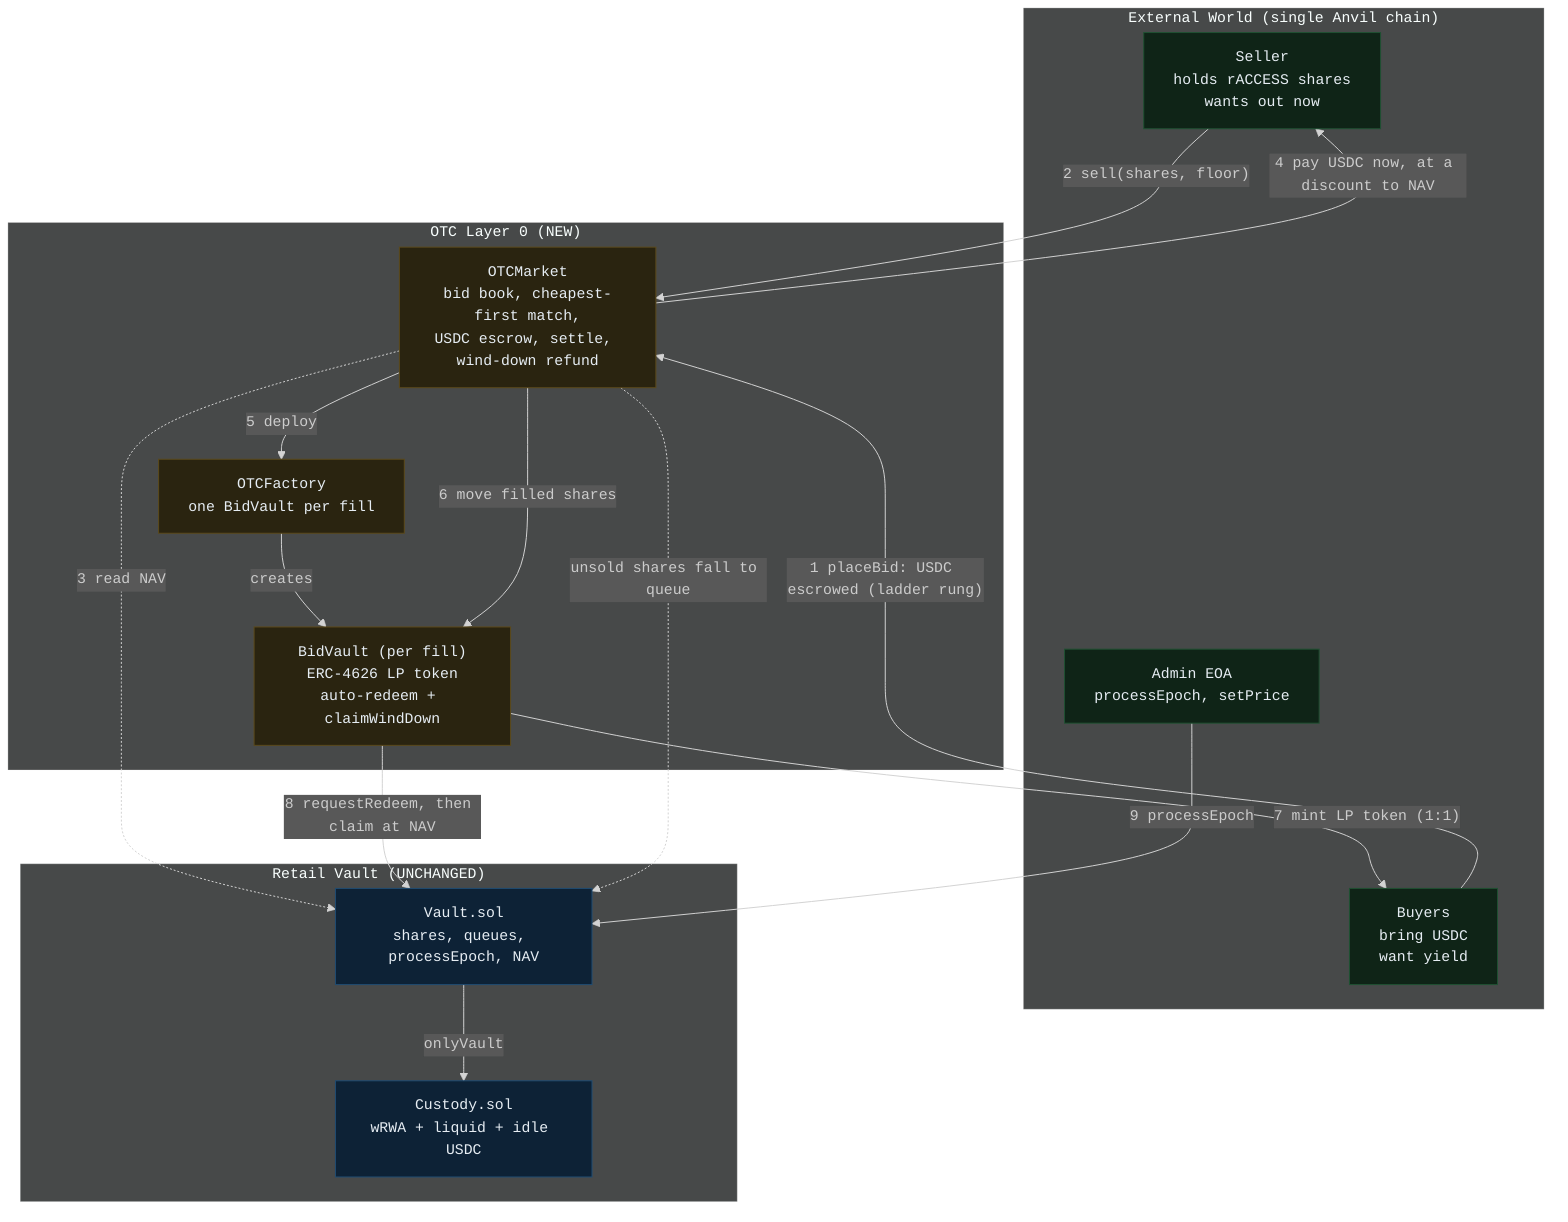
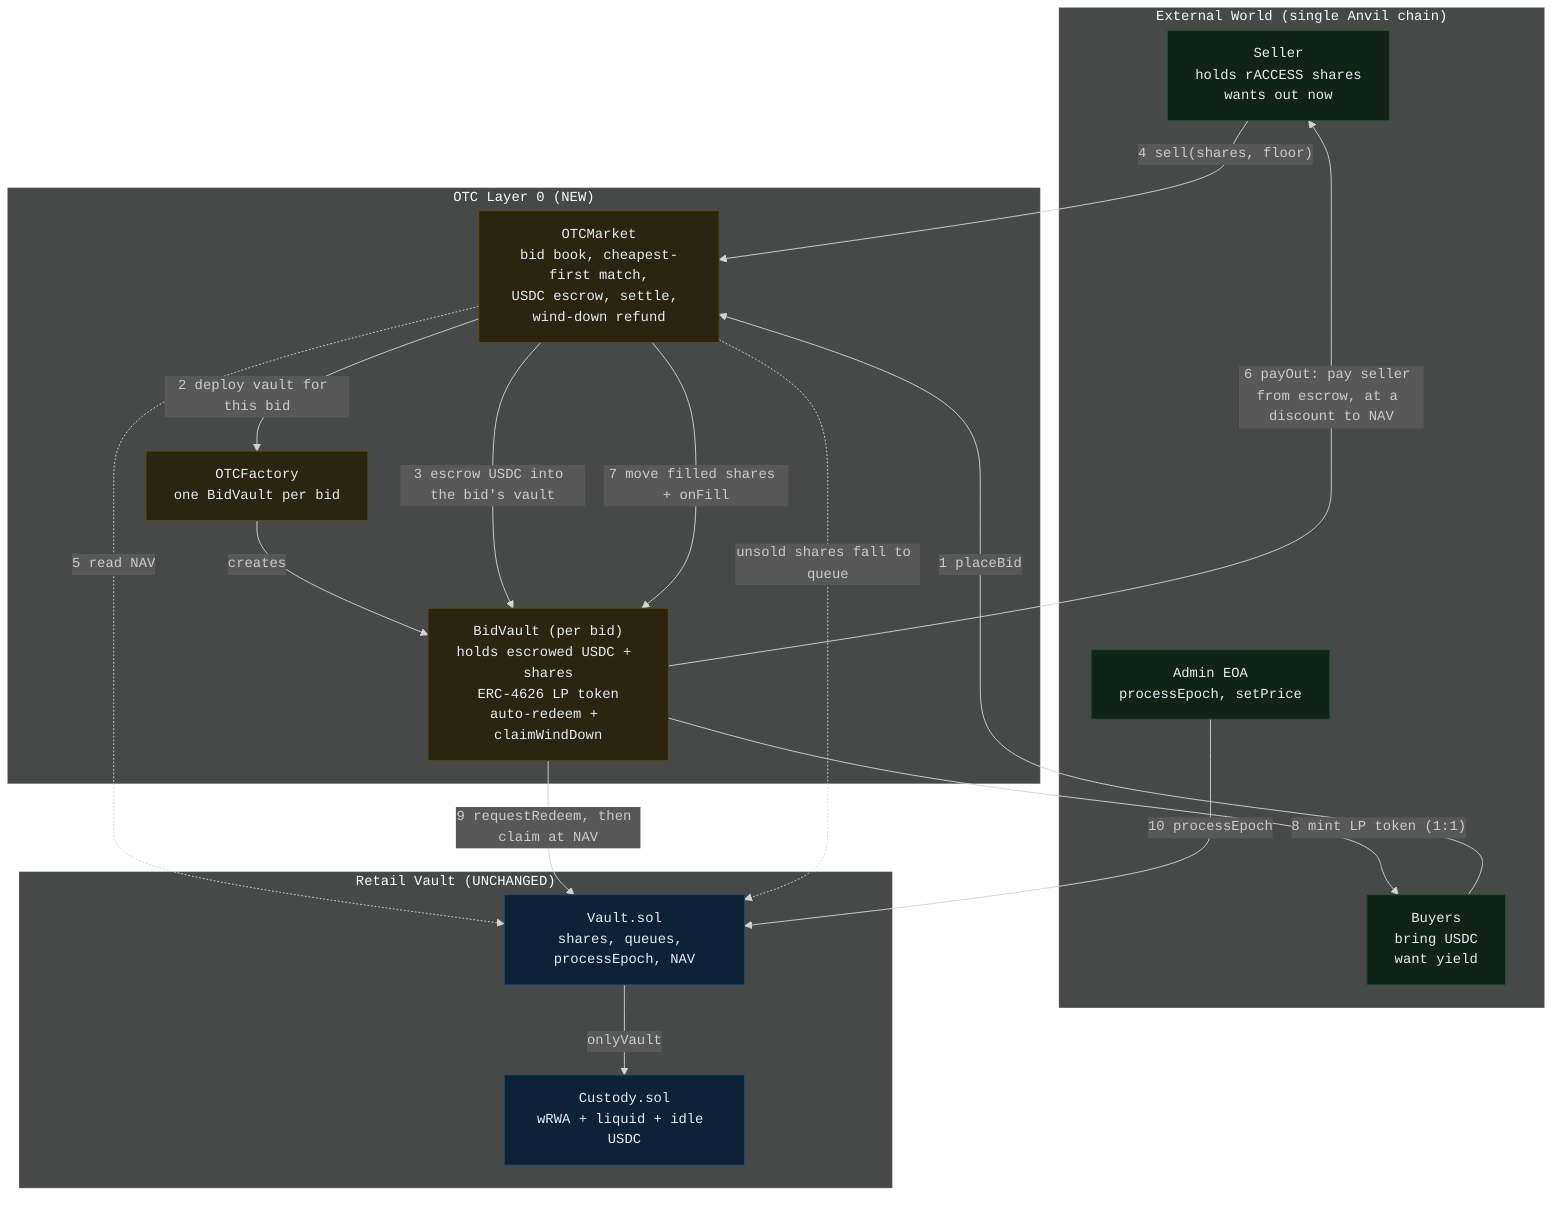
%%{init: {'theme':'dark', 'themeVariables': {'fontFamily':'monospace','fontSize':'15px'}}}%%
graph TB
  subgraph EXT["External World (single Anvil chain)"]
    SELLER["Seller<br/>holds rACCESS shares<br/>wants out now"]
    BUYER["Buyers<br/>bring USDC<br/>want yield"]
    ADMIN["Admin EOA<br/>processEpoch, setPrice"]
  end
  subgraph OTCL["OTC Layer 0 (NEW)"]
    MKT["OTCMarket<br/>bid book, cheapest-first match,<br/>USDC escrow, settle, wind-down refund"]
-     FAC["OTCFactory<br/>one BidVault per fill"]
-     BV["BidVault (per fill)<br/>ERC-4626 LP token<br/>auto-redeem + claimWindDown"]
+     FAC["OTCFactory<br/>one BidVault per bid"]
+     BV["BidVault (per bid)<br/>holds escrowed USDC + shares<br/>ERC-4626 LP token<br/>auto-redeem + claimWindDown"]
  end
  subgraph CORE["Retail Vault (UNCHANGED)"]
    VAULT["Vault.sol<br/>shares, queues, processEpoch, NAV"]
    CUST["Custody.sol<br/>wRWA + liquid + idle USDC"]
  end

-   BUYER -->|"1 placeBid: USDC escrowed (ladder rung)"| MKT
-   SELLER -->|"2 sell(shares, floor)"| MKT
-   MKT -.->|"3 read NAV"| VAULT
-   MKT -->|"4 pay USDC now, at a discount to NAV"| SELLER
-   MKT -->|"5 deploy"| FAC
+   BUYER -->|"1 placeBid"| MKT
+   MKT -->|"2 deploy vault for this bid"| FAC
  FAC -->|"creates"| BV
-   MKT -->|"6 move filled shares"| BV
-   BV -->|"7 mint LP token (1:1)"| BUYER
-   BV -->|"8 requestRedeem, then claim at NAV"| VAULT
-   ADMIN -->|"9 processEpoch"| VAULT
+   MKT -->|"3 escrow USDC into the bid's vault"| BV
+   SELLER -->|"4 sell(shares, floor)"| MKT
+   MKT -.->|"5 read NAV"| VAULT
+   BV -->|"6 payOut: pay seller from escrow, at a discount to NAV"| SELLER
+   MKT -->|"7 move filled shares + onFill"| BV
+   BV -->|"8 mint LP token (1:1)"| BUYER
+   BV -->|"9 requestRedeem, then claim at NAV"| VAULT
+   ADMIN -->|"10 processEpoch"| VAULT
  MKT -.->|"unsold shares fall to queue"| VAULT
  VAULT -->|"onlyVault"| CUST

  classDef ext fill:#0f2417,stroke:#1f5132,color:#e6edf3;
  classDef otc fill:#2a2410,stroke:#5c4a1a,color:#e6edf3;
  classDef core fill:#0d2236,stroke:#1f4c73,color:#e6edf3;
  class SELLER,BUYER,ADMIN ext;
  class MKT,FAC,BV otc;
  class VAULT,CUST core;
